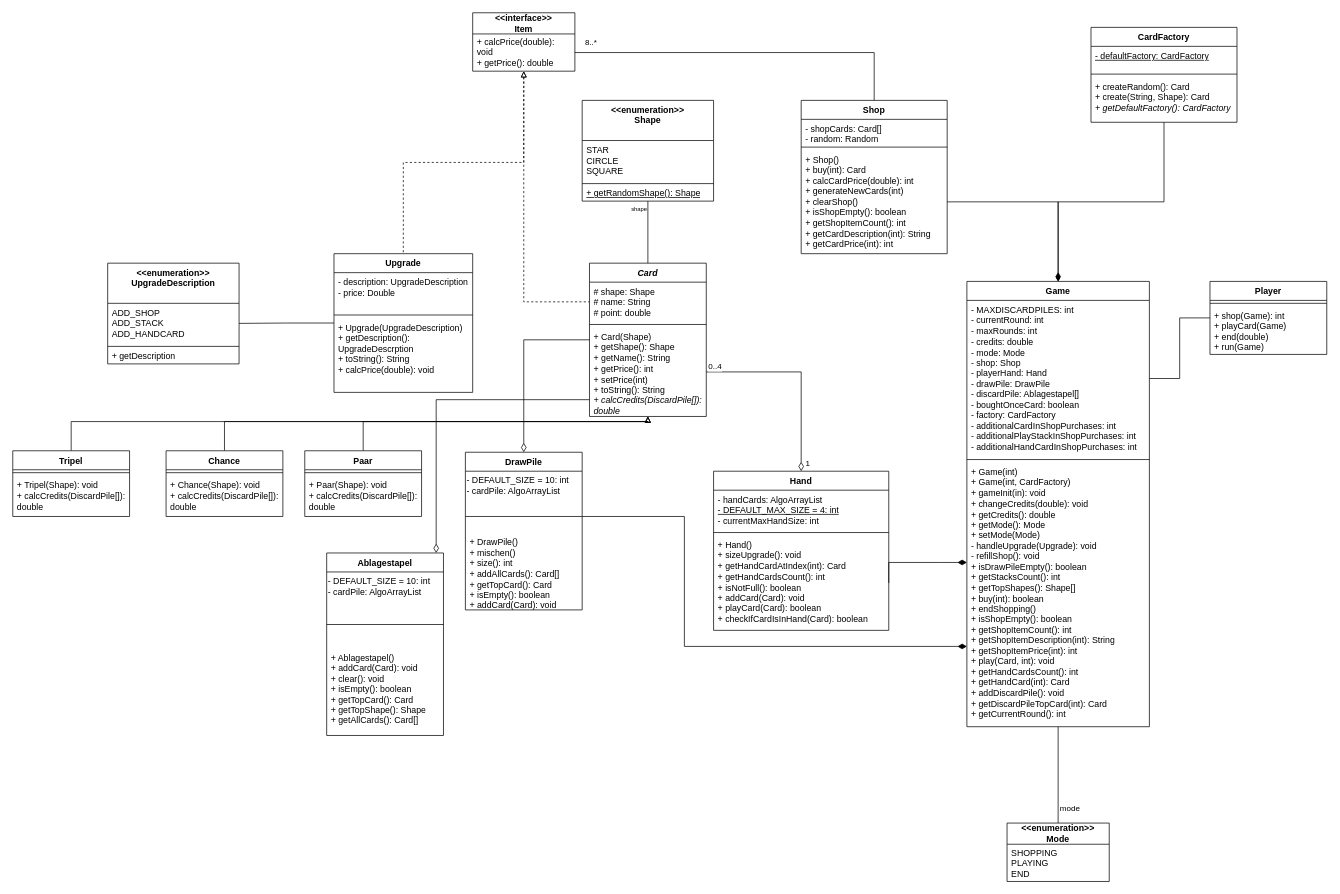
Earlier version of the draw.io diagram UML/KrassesProgrammierenProjekt.drawio (TrainFan1804/CardGame). Source tidied: cells renumbered, new cells numbered last; positions are measured from the earlier drawing's top-left corner, leaving out a move shared by most shapes. Both pictures are drawn from the tidied source at 73%, with x=0, y=0 at pixel (12, 12).
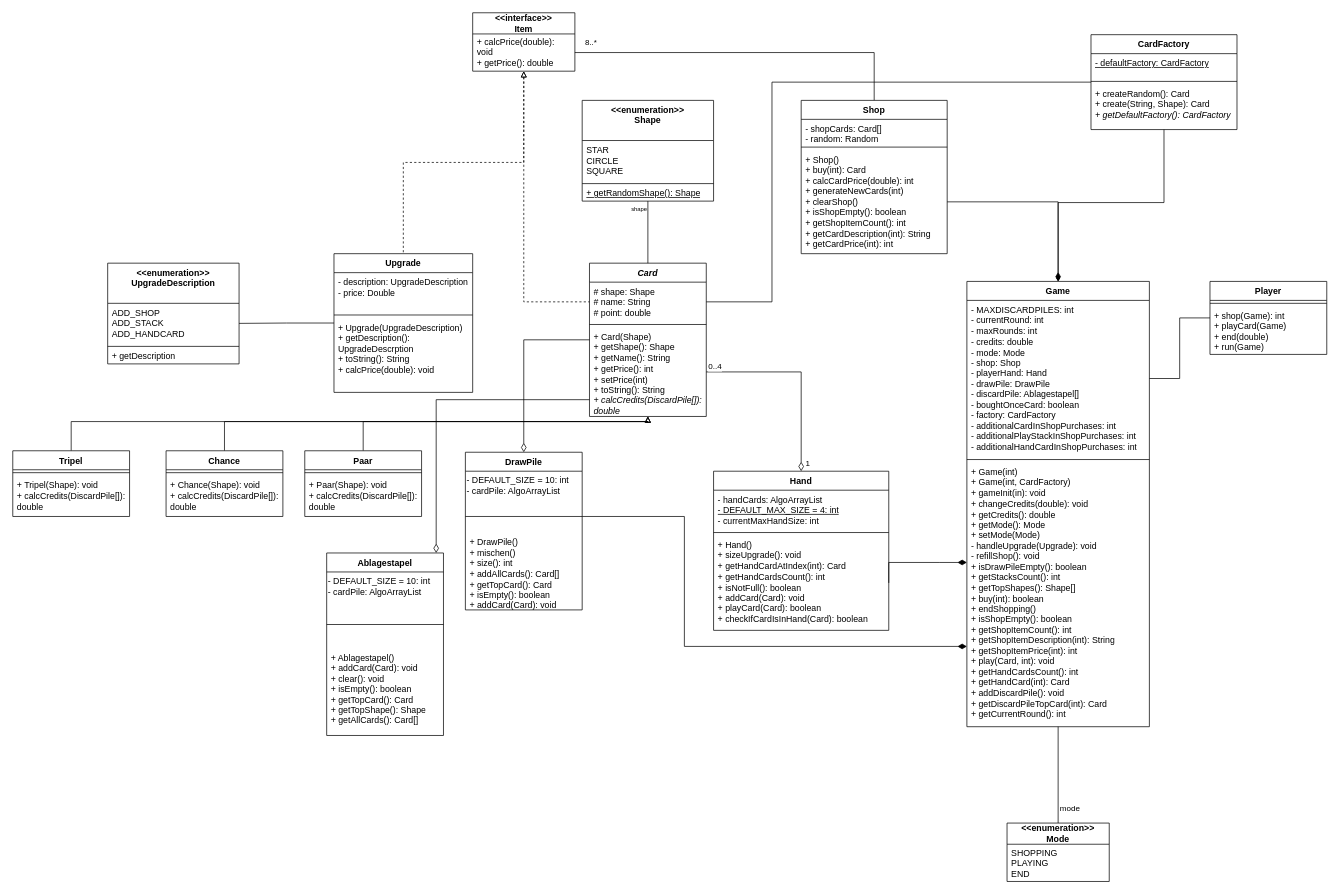
After the change.

The change refers to these unchanged cells:
```xml
<mxCell id="8" value="# shape: Shape&lt;div&gt;# name: String&lt;/div&gt;&lt;div&gt;# point: double&lt;/div&gt;" style="text;strokeColor=none;fillColor=none;align=left;verticalAlign=top;spacingLeft=4;spacingRight=4;overflow=hidden;points=[[0,0.5],[1,0.5]];portConstraint=eastwest;whiteSpace=wrap;html=1;labelBackgroundColor=none;" parent="7" vertex="1">
  <mxGeometry y="26" width="160" height="54" as="geometry" />
</mxCell>
<mxCell id="41" value="&lt;div&gt;Game&lt;/div&gt;" style="swimlane;fontStyle=1;align=center;verticalAlign=top;horizontal=1;startSize=26;whiteSpace=wrap;html=1;labelBackgroundColor=none;" parent="1" vertex="1">
  <mxGeometry x="1307" y="368" width="250" height="610" as="geometry" />
</mxCell>
```

What changed in the source:
```diff
@@
     <mxCell id="75" style="edgeStyle=orthogonalEdgeStyle;rounded=0;jettySize=auto;html=1;entryX=0.5;entryY=0;entryDx=0;entryDy=0;endArrow=diamondThin;endFill=1;" parent="1" edge="1" source="76" target="41">
-      <mxGeometry relative="1" as="geometry" />
+      <mxGeometry relative="1" as="geometry">
+        <Array as="points">
+          <mxPoint x="1577" y="260" />
+          <mxPoint x="1432" y="260" />
+        </Array>
+      </mxGeometry>
     </mxCell>
+    <mxCell id="80" style="edgeStyle=orthogonalEdgeStyle;rounded=0;jettySize=auto;html=1;entryX=1;entryY=0.5;entryDx=0;entryDy=0;endArrow=none;endFill=0;" parent="1" edge="1" source="76" target="8">
+      <mxGeometry relative="1" as="geometry">
+        <Array as="points">
+          <mxPoint x="1040" y="95" />
+          <mxPoint x="1040" y="396" />
+        </Array>
+      </mxGeometry>
+    </mxCell>
     <mxCell id="76" value="CardFactory" style="swimlane;fontStyle=1;align=center;verticalAlign=top;horizontal=1;startSize=26;whiteSpace=wrap;html=1;labelBackgroundColor=none;" parent="1" vertex="1">
-      <mxGeometry x="1477" y="20" width="200" height="130" as="geometry" />
+      <mxGeometry x="1477" y="30" width="200" height="130" as="geometry" />
     </mxCell>
```
